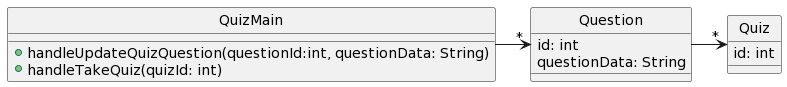
Before: Homework/DesignProblems/DP1/DP1_A.png, a diagram exported from PlantUML (RHIT-CSSE/csse220). Source of this version:
```plantuml
@startuml
skinparam style strictuml




class QuizMain {
   +handleUpdateQuizQuestion(questionId:int, questionData: String)
   +handleTakeQuiz(quizId: int)
}

class Quiz {
   id: int
}

class Question {
   id: int
   questionData: String
}

QuizMain -right->"*" Question
Question -right->"*" Quiz
@enduml
```
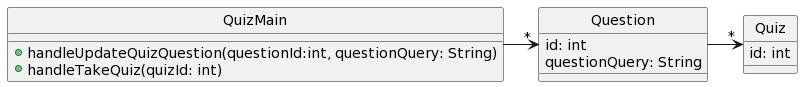
The same diagram one commit later.

What changed in the source:
```diff
@@ -5,7 +5,7 @@
 
 
 class QuizMain {
-   +handleUpdateQuizQuestion(questionId:int, questionData: String)
+   +handleUpdateQuizQuestion(questionId:int, questionQuery: String)
    +handleTakeQuiz(quizId: int)
 }
 
@@ -15,7 +15,7 @@
 
 class Question {
    id: int
-   questionData: String
+   questionQuery: String
 }
 
 QuizMain -right->"*" Question
```
